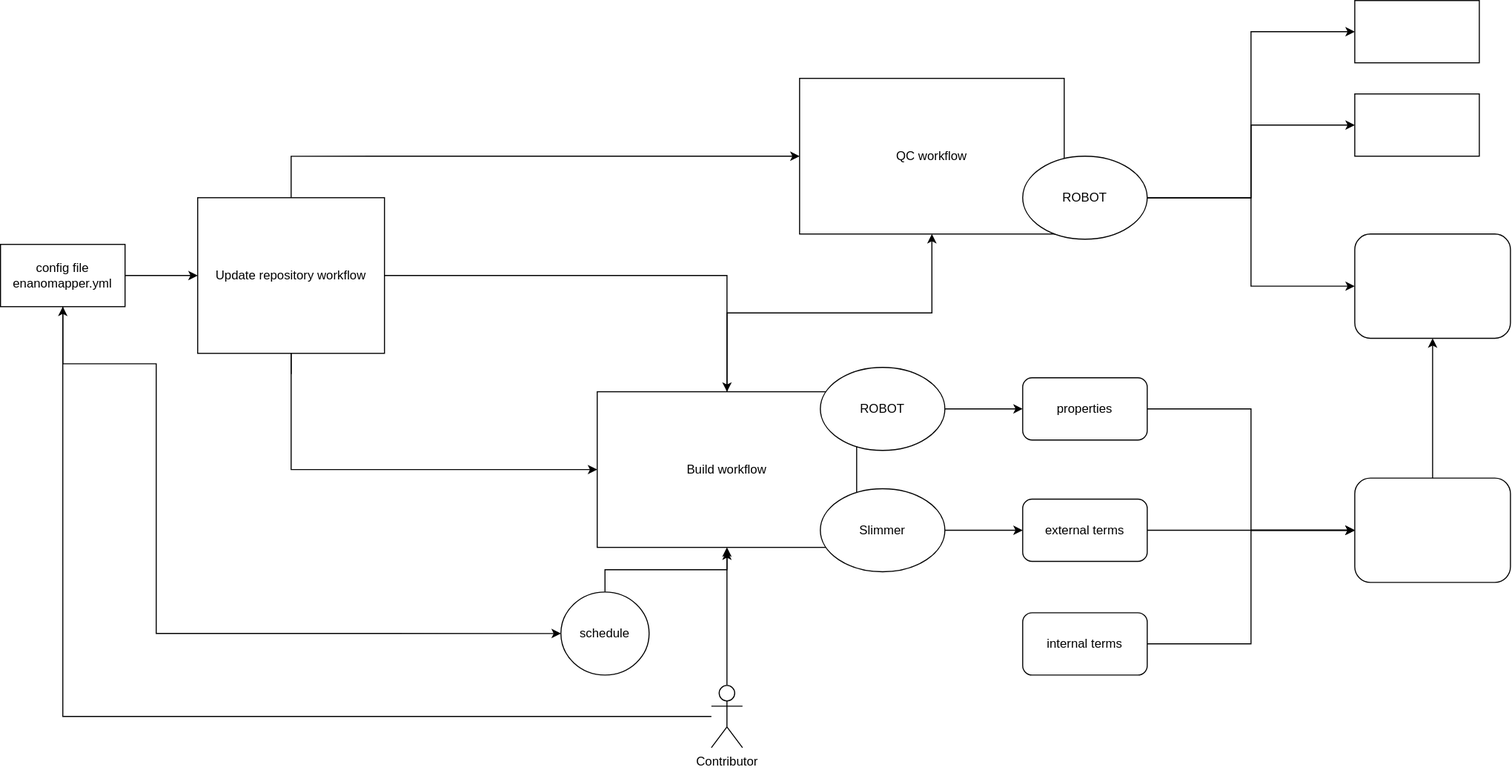
enanomapper/ontologies keeps this draw.io diagram as Copy of wf.svg. Above is the earlier version. Source tidied: cells renumbered, new cells last; positions are measured from the earlier drawing's top-left corner, leaving out a move shared by most shapes.
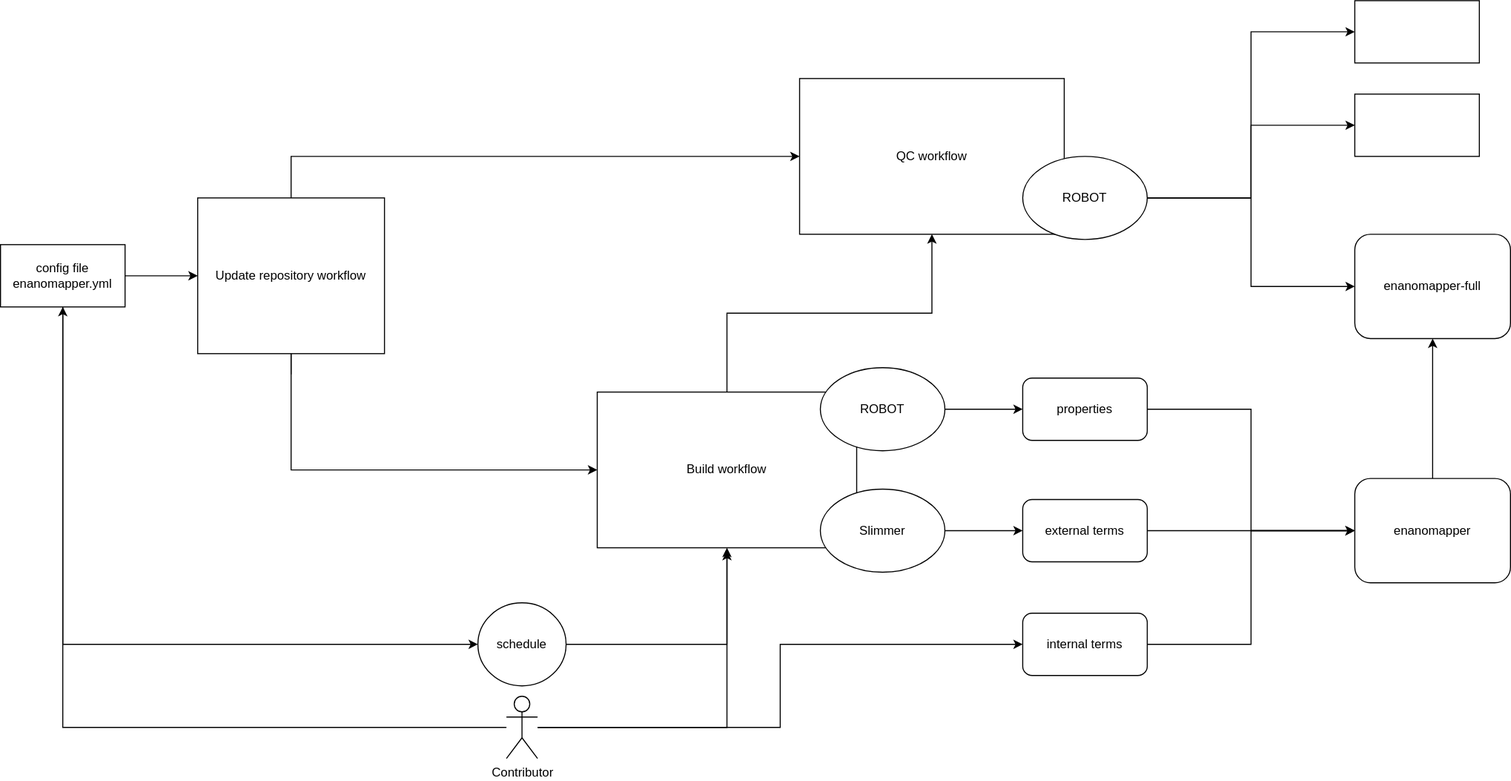
After the change.

What changed in the source:
```diff
@@ -14,8 +14,7 @@
     <mxCell id="5" style="edgeStyle=orthogonalEdgeStyle;rounded=0;jettySize=auto;html=1;entryX=0;entryY=0.5;entryDx=0;entryDy=0;" parent="1" edge="1" source="6" target="18">
       <mxGeometry relative="1" as="geometry">
         <Array as="points">
-          <mxPoint x="150" y="350" />
-          <mxPoint x="150" y="610" />
+          <mxPoint x="60" y="620" />
         </Array>
       </mxGeometry>
     </mxCell>
@@ -30,8 +29,11 @@
         <mxPoint x="700" y="530" as="targetPoint" />
       </mxGeometry>
     </mxCell>
+    <mxCell id="36" style="edgeStyle=orthogonalEdgeStyle;rounded=0;jettySize=auto;html=1;entryX=0;entryY=0.5;entryDx=0;entryDy=0;" parent="1" edge="1" source="9" target="32">
+      <mxGeometry relative="1" as="geometry" />
+    </mxCell>
     <mxCell id="9" value="Contributor" style="shape=umlActor;verticalLabelPosition=bottom;verticalAlign=top;html=1;outlineConnect=0;" parent="1" vertex="1">
-      <mxGeometry x="685" y="660" width="30" height="60" as="geometry" />
+      <mxGeometry x="487.5" y="670" width="30" height="60" as="geometry" />
     </mxCell>
     <mxCell id="10" style="rounded=0;whiteSpace=wrap;html=1;" parent="1" vertex="1">
       <mxGeometry x="1305" width="120" height="60" as="geometry" />
@@ -42,9 +44,6 @@
     <mxCell id="12" value="QC workflow" style="rounded=0;whiteSpace=wrap;html=1;" parent="1" vertex="1">
       <mxGeometry x="770" y="75" width="255" height="150" as="geometry" />
     </mxCell>
-    <mxCell id="13" style="edgeStyle=orthogonalEdgeStyle;rounded=0;jettySize=auto;html=1;" parent="1" edge="1" source="16" target="3">
-      <mxGeometry relative="1" as="geometry" />
-    </mxCell>
     <mxCell id="14" style="edgeStyle=orthogonalEdgeStyle;rounded=0;jettySize=auto;html=1;entryX=0;entryY=0.5;entryDx=0;entryDy=0;" parent="1" edge="1" source="16" target="3">
       <mxGeometry relative="1" as="geometry">
         <Array as="points">
@@ -67,7 +66,7 @@
       <mxGeometry relative="1" as="geometry" />
     </mxCell>
     <mxCell id="18" value="schedule" style="ellipse;whiteSpace=wrap;html=1;" parent="1" vertex="1">
-      <mxGeometry x="540" y="570" width="85" height="80" as="geometry" />
+      <mxGeometry x="460" y="580" width="85" height="80" as="geometry" />
     </mxCell>
     <mxCell id="19" style="edgeStyle=orthogonalEdgeStyle;rounded=0;jettySize=auto;html=1;entryX=0;entryY=0.5;entryDx=0;entryDy=0;" parent="1" edge="1" source="20" target="34">
       <mxGeometry relative="1" as="geometry" />
@@ -114,10 +113,10 @@
     <mxCell id="33" style="edgeStyle=orthogonalEdgeStyle;rounded=0;jettySize=auto;html=1;entryX=0.5;entryY=1;entryDx=0;entryDy=0;" parent="1" edge="1" source="34" target="35">
       <mxGeometry relative="1" as="geometry" />
     </mxCell>
-    <mxCell id="34" style="rounded=1;whiteSpace=wrap;html=1;" parent="1" vertex="1">
+    <mxCell id="34" value="enanomapper" style="rounded=1;whiteSpace=wrap;html=1;" parent="1" vertex="1">
       <mxGeometry x="1305" y="460.2" width="150" height="100.5" as="geometry" />
     </mxCell>
-    <mxCell id="35" style="rounded=1;whiteSpace=wrap;html=1;" parent="1" vertex="1">
+    <mxCell id="35" value="enanomapper-full" style="rounded=1;whiteSpace=wrap;html=1;" parent="1" vertex="1">
       <mxGeometry x="1305" y="225" width="150" height="100.5" as="geometry" />
     </mxCell>
   </root>
```
